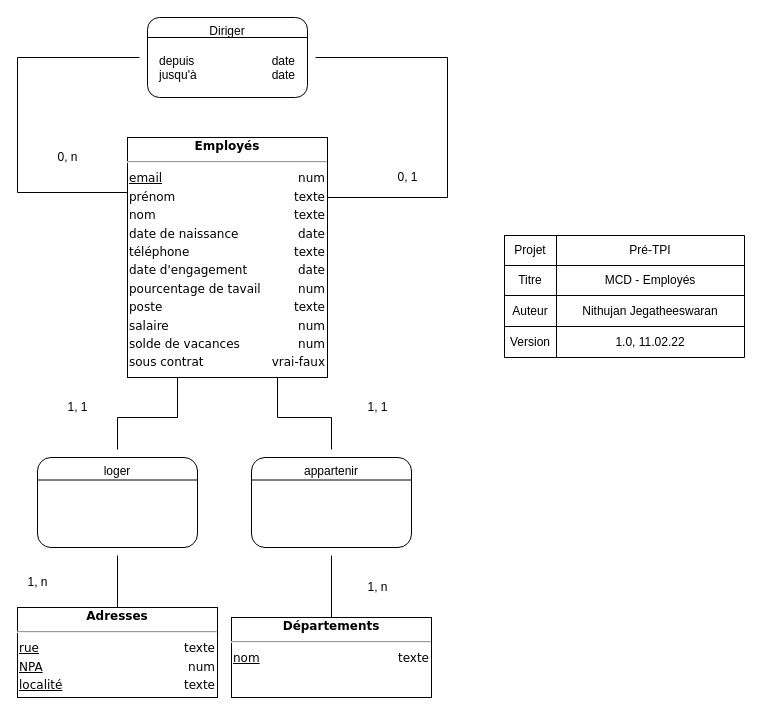
The draw.io diagram conception/MCD-Employés.drawio in J-Nithujan/employee_mgmt_app, before the edit. Source tidied: cells renumbered, new cells numbered last; positions are measured from the earlier drawing's top-left corner, leaving out a move shared by most shapes. Both pictures are drawn from the tidied source at 100%, with x=0, y=0 at pixel (17, 17).
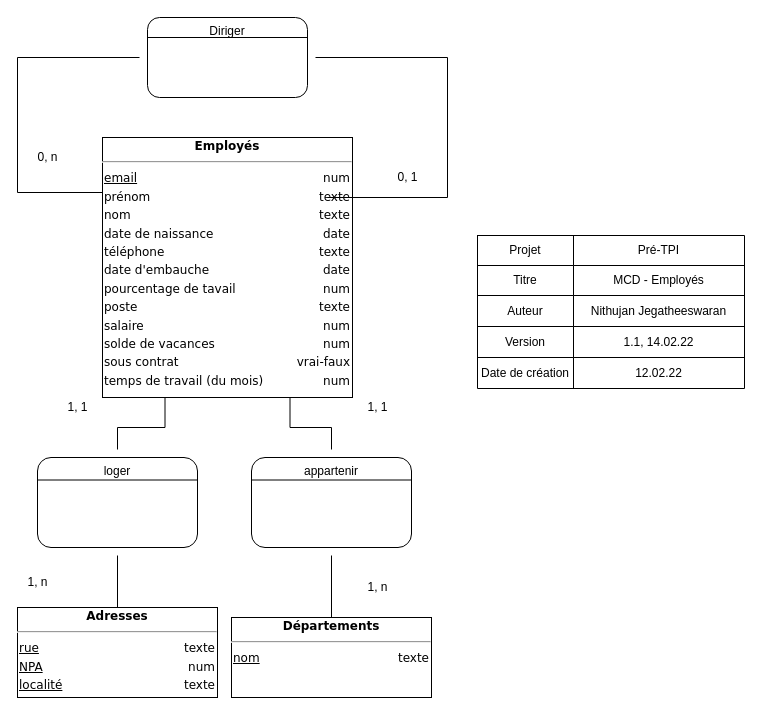
Above is the later version.

What changed in the source:
```diff
@@
-    <mxCell id="2" value="&lt;div style=&quot;box-sizing: border-box ; width: 100% ; padding: 2px&quot;&gt;&lt;span style=&quot;background-color: rgb(255 , 255 , 255)&quot;&gt;&lt;b&gt;Employés&lt;/b&gt;&lt;/span&gt;&lt;/div&gt;&lt;hr&gt;&lt;table style=&quot;width: 100% ; font-size: 1em&quot; cellpadding=&quot;2&quot; cellspacing=&quot;0&quot;&gt;&lt;tbody&gt;&lt;tr&gt;&lt;td style=&quot;text-align: left&quot;&gt;&lt;u&gt;email&lt;/u&gt;&lt;br&gt;&lt;/td&gt;&lt;td style=&quot;text-align: right&quot;&gt;num&lt;/td&gt;&lt;/tr&gt;&lt;tr&gt;&lt;td style=&quot;text-align: left&quot;&gt;prénom&lt;/td&gt;&lt;td style=&quot;text-align: right&quot;&gt;texte&lt;br&gt;&lt;/td&gt;&lt;/tr&gt;&lt;tr&gt;&lt;td style=&quot;text-align: left&quot;&gt;nom&lt;br&gt;&lt;/td&gt;&lt;td style=&quot;text-align: right&quot;&gt;texte&lt;br&gt;&lt;/td&gt;&lt;/tr&gt;&lt;tr&gt;&lt;td style=&quot;text-align: left&quot;&gt;date de naissance&lt;/td&gt;&lt;td style=&quot;text-align: right&quot;&gt;date&lt;/td&gt;&lt;/tr&gt;&lt;tr&gt;&lt;td style=&quot;text-align: left&quot;&gt;téléphone&lt;/td&gt;&lt;td style=&quot;text-align: right&quot;&gt;texte&lt;/td&gt;&lt;/tr&gt;&lt;tr&gt;&lt;td style=&quot;text-align: left&quot;&gt;date d'engagement&lt;br&gt;&lt;/td&gt;&lt;td style=&quot;text-align: right&quot;&gt;date&lt;/td&gt;&lt;/tr&gt;&lt;tr&gt;&lt;td style=&quot;text-align: left&quot;&gt;pourcentage de tavail&lt;/td&gt;&lt;td style=&quot;text-align: right&quot;&gt;num&lt;/td&gt;&lt;/tr&gt;&lt;tr&gt;&lt;td style=&quot;text-align: left&quot;&gt;poste&lt;/td&gt;&lt;td style=&quot;text-align: right&quot;&gt;texte&lt;/td&gt;&lt;/tr&gt;&lt;tr&gt;&lt;td style=&quot;text-align: left&quot;&gt;salaire&lt;/td&gt;&lt;td style=&quot;text-align: right&quot;&gt;num&lt;/td&gt;&lt;/tr&gt;&lt;tr&gt;&lt;td style=&quot;text-align: left&quot;&gt;solde de vacances&lt;/td&gt;&lt;td style=&quot;text-align: right&quot;&gt;num&lt;/td&gt;&lt;/tr&gt;&lt;tr&gt;&lt;td style=&quot;text-align: left&quot;&gt;sous contrat&lt;/td&gt;&lt;td style=&quot;text-align: right&quot;&gt;vrai-faux&lt;/td&gt;&lt;/tr&gt;&lt;/tbody&gt;&lt;/table&gt;" style="verticalAlign=top;align=center;overflow=fill;html=1;rounded=0;shadow=0;comic=0;labelBackgroundColor=none;strokeColor=#000000;strokeWidth=1;fillColor=#ffffff;fontFamily=Verdana;fontSize=12;fontColor=#000000;hachureGap=4;" parent="1" vertex="1">
-      <mxGeometry x="110" y="120" width="200" height="240" as="geometry" />
-    </mxCell>
     <mxCell id="3" style="shape=table;html=1;whiteSpace=wrap;startSize=0;childLayout=tableLayout;align=right;hachureGap=4;" parent="1" vertex="1">
-      <mxGeometry x="487" y="218" width="240" height="122" as="geometry" />
+      <mxGeometry x="460" y="218" width="267" height="153" as="geometry" />
     </mxCell>
     <mxCell id="4" style="shape=partialRectangle;html=1;whiteSpace=wrap;fillColor=none;top=0;left=0;bottom=0;right=0;" parent="3" vertex="1">
-      <mxGeometry width="240" height="30" as="geometry" />
+      <mxGeometry width="267" height="30" as="geometry" />
     </mxCell>
     <mxCell id="5" value="Projet" style="shape=partialRectangle;html=1;whiteSpace=wrap;fillColor=none;top=0;left=0;bottom=0;right=0;overflow=hidden;" parent="4" vertex="1">
-      <mxGeometry width="52" height="30" as="geometry" />
+      <mxGeometry width="96" height="30" as="geometry" />
     </mxCell>
     <mxCell id="6" value="Pré-TPI" style="shape=partialRectangle;html=1;whiteSpace=wrap;fillColor=none;top=0;left=0;bottom=0;right=0;overflow=hidden;" parent="4" vertex="1">
-      <mxGeometry x="52" width="188" height="30" as="geometry" />
+      <mxGeometry x="96" width="171" height="30" as="geometry" />
     </mxCell>
     <mxCell id="7" style="shape=partialRectangle;html=1;whiteSpace=wrap;fillColor=none;top=0;left=0;bottom=0;right=0;" parent="3" vertex="1">
-      <mxGeometry y="30" width="240" height="30" as="geometry" />
+      <mxGeometry y="30" width="267" height="30" as="geometry" />
     </mxCell>
     <mxCell id="8" value="Titre" style="shape=partialRectangle;html=1;whiteSpace=wrap;fillColor=none;top=0;left=0;bottom=0;right=0;overflow=hidden;" parent="7" vertex="1">
-      <mxGeometry width="52" height="30" as="geometry" />
+      <mxGeometry width="96" height="30" as="geometry" />
     </mxCell>
     <mxCell id="9" value="MCD - Employés" style="shape=partialRectangle;html=1;whiteSpace=wrap;fillColor=none;top=0;left=0;bottom=0;right=0;overflow=hidden;" parent="7" vertex="1">
-      <mxGeometry x="52" width="188" height="30" as="geometry" />
+      <mxGeometry x="96" width="171" height="30" as="geometry" />
     </mxCell>
     <mxCell id="10" style="shape=partialRectangle;html=1;whiteSpace=wrap;fillColor=none;top=0;left=0;bottom=0;right=0;" parent="3" vertex="1">
-      <mxGeometry y="60" width="240" height="31" as="geometry" />
+      <mxGeometry y="60" width="267" height="31" as="geometry" />
     </mxCell>
     <mxCell id="11" value="Auteur" style="shape=partialRectangle;html=1;whiteSpace=wrap;fillColor=none;top=0;left=0;bottom=0;right=0;overflow=hidden;" parent="10" vertex="1">
-      <mxGeometry width="52" height="31" as="geometry" />
+      <mxGeometry width="96" height="31" as="geometry" />
     </mxCell>
     <mxCell id="12" value="Nithujan Jegatheeswaran" style="shape=partialRectangle;html=1;whiteSpace=wrap;fillColor=none;top=0;left=0;bottom=0;right=0;overflow=hidden;" parent="10" vertex="1">
-      <mxGeometry x="52" width="188" height="31" as="geometry" />
+      <mxGeometry x="96" width="171" height="31" as="geometry" />
     </mxCell>
     <mxCell id="13" style="shape=partialRectangle;html=1;whiteSpace=wrap;fillColor=none;top=0;left=0;bottom=0;right=0;" parent="3" vertex="1">
-      <mxGeometry y="91" width="240" height="31" as="geometry" />
+      <mxGeometry y="91" width="267" height="31" as="geometry" />
     </mxCell>
     <mxCell id="14" value="Version" style="shape=partialRectangle;html=1;whiteSpace=wrap;fillColor=none;top=0;left=0;bottom=0;right=0;overflow=hidden;" parent="13" vertex="1">
-      <mxGeometry width="52" height="31" as="geometry" />
+      <mxGeometry width="96" height="31" as="geometry" />
     </mxCell>
-    <mxCell id="15" value="1.0, 11.02.22" style="shape=partialRectangle;html=1;whiteSpace=wrap;fillColor=none;top=0;left=0;bottom=0;right=0;overflow=hidden;" parent="13" vertex="1">
-      <mxGeometry x="52" width="188" height="31" as="geometry" />
+    <mxCell id="15" value="1.1, 14.02.22" style="shape=partialRectangle;html=1;whiteSpace=wrap;fillColor=none;top=0;left=0;bottom=0;right=0;overflow=hidden;" parent="13" vertex="1">
+      <mxGeometry x="96" width="171" height="31" as="geometry" />
     </mxCell>
+    <mxCell id="38" style="shape=partialRectangle;html=1;whiteSpace=wrap;fillColor=none;top=0;left=0;bottom=0;right=0;" parent="3" vertex="1">
+      <mxGeometry y="122" width="267" height="31" as="geometry" />
+    </mxCell>
+    <mxCell id="39" value="Date de création" style="shape=partialRectangle;html=1;whiteSpace=wrap;fillColor=none;top=0;left=0;bottom=0;right=0;overflow=hidden;" parent="38" vertex="1">
+      <mxGeometry width="96" height="31" as="geometry" />
+    </mxCell>
+    <mxCell id="40" value="12.02.22" style="shape=partialRectangle;html=1;whiteSpace=wrap;fillColor=none;top=0;left=0;bottom=0;right=0;overflow=hidden;" parent="38" vertex="1">
+      <mxGeometry x="96" width="171" height="31" as="geometry" />
+    </mxCell>
+    <mxCell id="2" value="&lt;div style=&quot;box-sizing: border-box ; width: 100% ; padding: 2px&quot;&gt;&lt;span style=&quot;background-color: rgb(255 , 255 , 255)&quot;&gt;&lt;b&gt;Employés&lt;/b&gt;&lt;/span&gt;&lt;/div&gt;&lt;hr&gt;&lt;table style=&quot;width: 100% ; font-size: 1em&quot; cellpadding=&quot;2&quot; cellspacing=&quot;0&quot;&gt;&lt;tbody&gt;&lt;tr&gt;&lt;td style=&quot;text-align: left&quot;&gt;&lt;u&gt;email&lt;/u&gt;&lt;br&gt;&lt;/td&gt;&lt;td style=&quot;text-align: right&quot;&gt;num&lt;/td&gt;&lt;/tr&gt;&lt;tr&gt;&lt;td style=&quot;text-align: left&quot;&gt;prénom&lt;/td&gt;&lt;td style=&quot;text-align: right&quot;&gt;texte&lt;br&gt;&lt;/td&gt;&lt;/tr&gt;&lt;tr&gt;&lt;td style=&quot;text-align: left&quot;&gt;nom&lt;br&gt;&lt;/td&gt;&lt;td style=&quot;text-align: right&quot;&gt;texte&lt;br&gt;&lt;/td&gt;&lt;/tr&gt;&lt;tr&gt;&lt;td style=&quot;text-align: left&quot;&gt;date de naissance&lt;/td&gt;&lt;td style=&quot;text-align: right&quot;&gt;date&lt;/td&gt;&lt;/tr&gt;&lt;tr&gt;&lt;td style=&quot;text-align: left&quot;&gt;téléphone&lt;/td&gt;&lt;td style=&quot;text-align: right&quot;&gt;texte&lt;/td&gt;&lt;/tr&gt;&lt;tr&gt;&lt;td style=&quot;text-align: left&quot;&gt;date d'embauche&lt;br&gt;&lt;/td&gt;&lt;td style=&quot;text-align: right&quot;&gt;date&lt;/td&gt;&lt;/tr&gt;&lt;tr&gt;&lt;td style=&quot;text-align: left&quot;&gt;pourcentage de tavail&lt;/td&gt;&lt;td style=&quot;text-align: right&quot;&gt;num&lt;/td&gt;&lt;/tr&gt;&lt;tr&gt;&lt;td style=&quot;text-align: left&quot;&gt;poste&lt;/td&gt;&lt;td style=&quot;text-align: right&quot;&gt;texte&lt;/td&gt;&lt;/tr&gt;&lt;tr&gt;&lt;td style=&quot;text-align: left&quot;&gt;salaire&lt;/td&gt;&lt;td style=&quot;text-align: right&quot;&gt;num&lt;/td&gt;&lt;/tr&gt;&lt;tr&gt;&lt;td style=&quot;text-align: left&quot;&gt;solde de vacances&lt;/td&gt;&lt;td style=&quot;text-align: right&quot;&gt;num&lt;/td&gt;&lt;/tr&gt;&lt;tr&gt;&lt;td style=&quot;text-align: left&quot;&gt;sous contrat&lt;/td&gt;&lt;td style=&quot;text-align: right&quot;&gt;vrai-faux&lt;/td&gt;&lt;/tr&gt;&lt;tr&gt;&lt;td style=&quot;text-align: left&quot;&gt;temps de travail (du mois)&lt;/td&gt;&lt;td style=&quot;text-align: right&quot;&gt;num&lt;/td&gt;&lt;/tr&gt;&lt;/tbody&gt;&lt;/table&gt;" style="verticalAlign=top;align=center;overflow=fill;html=1;rounded=0;shadow=0;comic=0;labelBackgroundColor=none;strokeColor=#000000;strokeWidth=1;fillColor=#ffffff;fontFamily=Verdana;fontSize=12;fontColor=#000000;hachureGap=4;" parent="1" vertex="1">
+      <mxGeometry x="85" y="120" width="250" height="260" as="geometry" />
+    </mxCell>
@@
     <mxCell id="21" value="0, n" style="text;html=1;align=center;verticalAlign=middle;strokeColor=none;fillColor=none;" parent="1" vertex="1">
-      <mxGeometry x="30" y="130" width="40" height="20" as="geometry" />
+      <mxGeometry x="10" y="130" width="40" height="20" as="geometry" />
     </mxCell>
@@
-    <mxCell id="36" value="depuis&lt;br&gt;jusqu'à" style="text;html=1;strokeColor=none;fillColor=none;align=left;verticalAlign=top;whiteSpace=wrap;rounded=0;hachureGap=4;" parent="1" vertex="1">
-      <mxGeometry x="140" y="30" width="70" height="40" as="geometry" />
-    </mxCell>
-    <mxCell id="37" value="date&lt;br&gt;date" style="text;html=1;strokeColor=none;fillColor=none;align=right;verticalAlign=top;whiteSpace=wrap;rounded=0;hachureGap=4;" parent="1" vertex="1">
-      <mxGeometry x="210" y="30" width="70" height="40" as="geometry" />
-    </mxCell>
```
